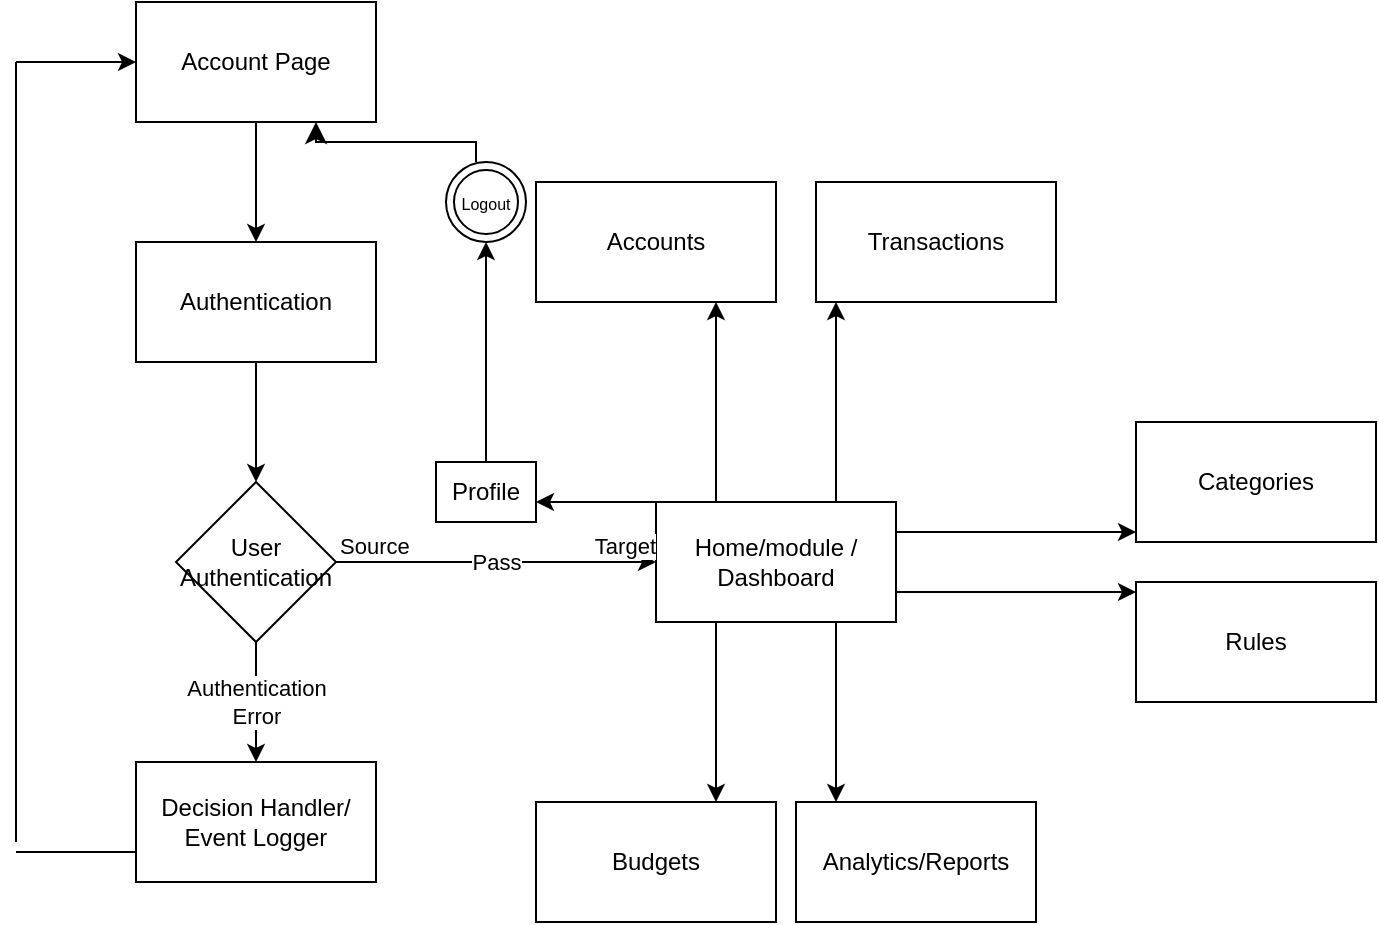
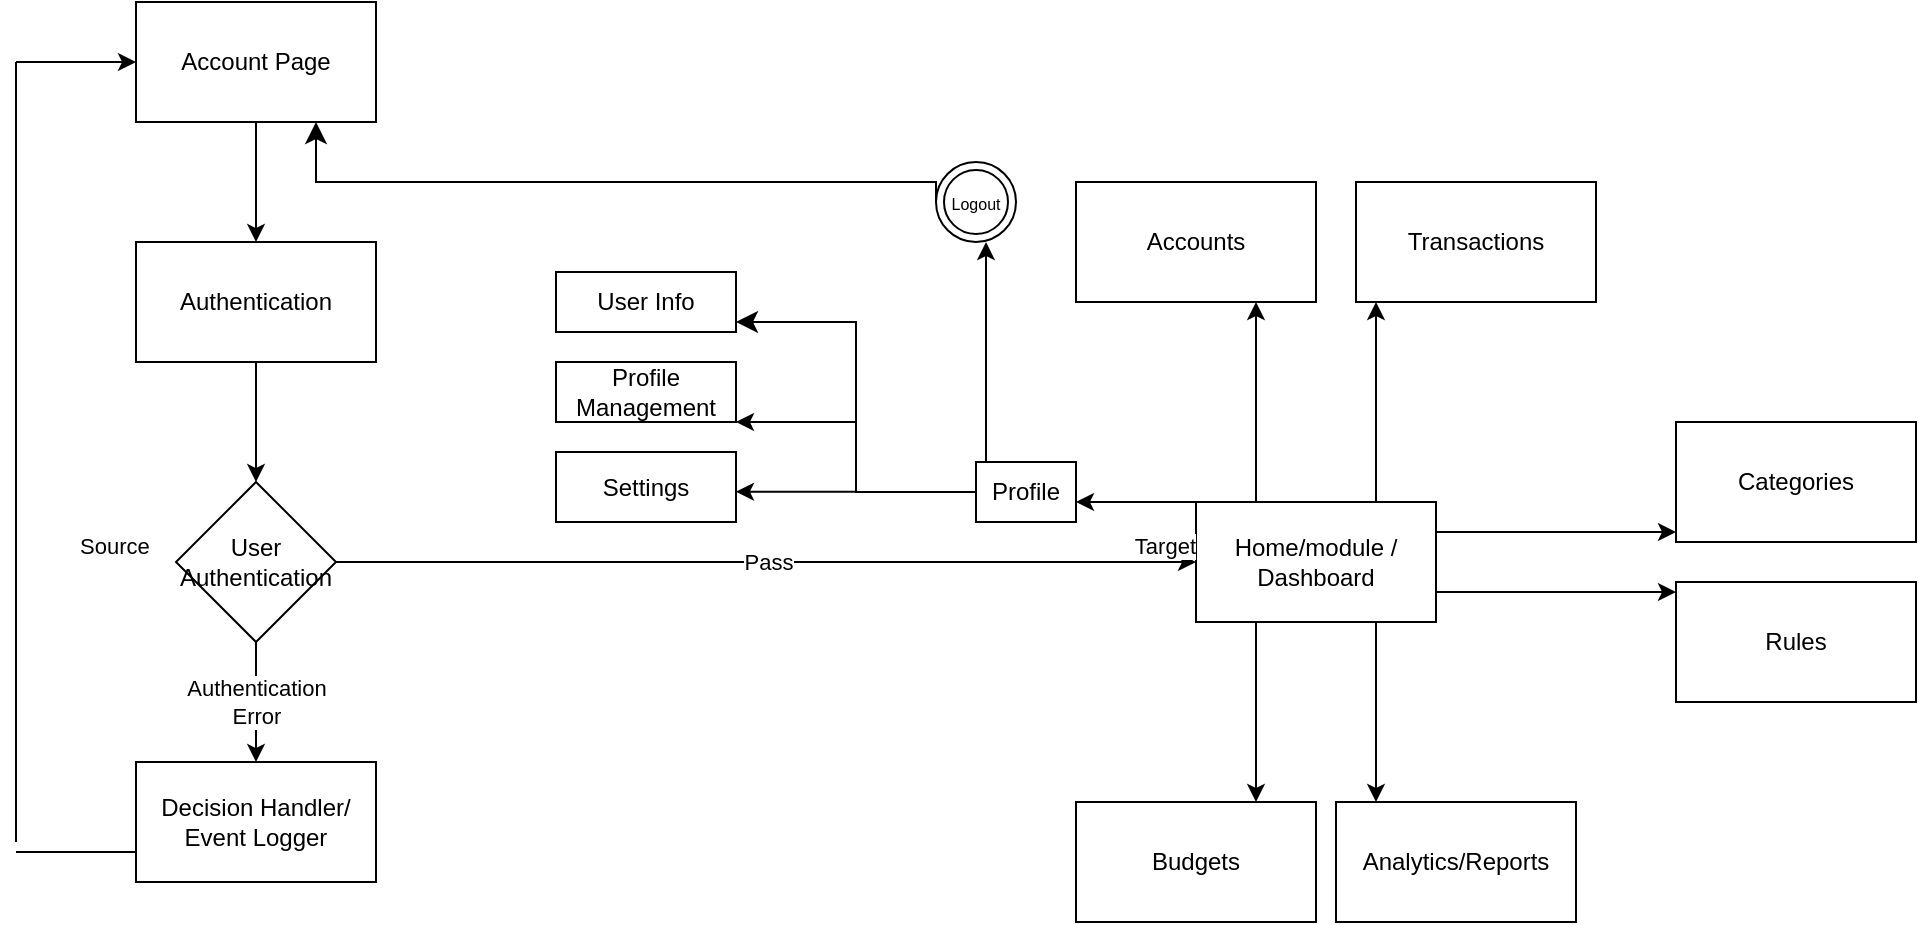
<mxfile host="app.diagrams.net" agent="Mozilla/5.0 (Windows NT 10.0; Win64; x64) AppleWebKit/537.36 (KHTML, like Gecko) Chrome/139.0.0.0 Safari/537.36" version="28.1.0">
  <diagram name="Page-1" id="GulApN4WPxvMzPRhlIXC">
-     <mxGraphModel dx="1881" dy="541" grid="1" gridSize="10" guides="1" tooltips="1" connect="1" arrows="1" fold="1" page="1" pageScale="1" pageWidth="850" pageHeight="1100" math="0" shadow="0">
+     <mxGraphModel dx="1961" dy="583" grid="1" gridSize="10" guides="1" tooltips="1" connect="1" arrows="1" fold="1" page="1" pageScale="1" pageWidth="850" pageHeight="1100" math="0" shadow="0">
      <root>
        <mxCell id="0" />
        <mxCell id="1" parent="0" />
        <mxCell id="rlmv7btFgNykXjglH9dx-1" value="Account Page" style="rounded=0;whiteSpace=wrap;html=1;" parent="1" vertex="1">
-           <mxGeometry x="20" y="80" width="120" height="60" as="geometry" />
+           <mxGeometry x="-250" y="80" width="120" height="60" as="geometry" />
        </mxCell>
        <mxCell id="rlmv7btFgNykXjglH9dx-2" value="" style="endArrow=classic;html=1;rounded=0;exitX=0.5;exitY=1;exitDx=0;exitDy=0;entryX=0.5;entryY=0;entryDx=0;entryDy=0;" parent="1" source="rlmv7btFgNykXjglH9dx-1" target="rlmv7btFgNykXjglH9dx-4" edge="1">
          <mxGeometry width="50" height="50" relative="1" as="geometry">
-             <mxPoint x="90" y="150" as="sourcePoint" />
-             <mxPoint x="240" y="110" as="targetPoint" />
+             <mxPoint x="-180" y="150" as="sourcePoint" />
+             <mxPoint x="-30" y="110" as="targetPoint" />
          </mxGeometry>
        </mxCell>
        <mxCell id="rlmv7btFgNykXjglH9dx-4" value="Authentication" style="rounded=0;whiteSpace=wrap;html=1;" parent="1" vertex="1">
-           <mxGeometry x="20" y="200" width="120" height="60" as="geometry" />
+           <mxGeometry x="-250" y="200" width="120" height="60" as="geometry" />
        </mxCell>
        <mxCell id="rlmv7btFgNykXjglH9dx-6" value="User Authentication" style="rhombus;whiteSpace=wrap;html=1;" parent="1" vertex="1">
-           <mxGeometry x="40" y="320" width="80" height="80" as="geometry" />
+           <mxGeometry x="-230" y="320" width="80" height="80" as="geometry" />
        </mxCell>
        <mxCell id="rlmv7btFgNykXjglH9dx-7" value="" style="endArrow=classic;html=1;rounded=0;exitX=0.5;exitY=1;exitDx=0;exitDy=0;" parent="1" source="rlmv7btFgNykXjglH9dx-4" target="rlmv7btFgNykXjglH9dx-6" edge="1">
          <mxGeometry width="50" height="50" relative="1" as="geometry">
-             <mxPoint x="80" y="280" as="sourcePoint" />
-             <mxPoint x="130" y="230" as="targetPoint" />
+             <mxPoint x="-190" y="280" as="sourcePoint" />
+             <mxPoint x="-140" y="230" as="targetPoint" />
          </mxGeometry>
        </mxCell>
        <mxCell id="rlmv7btFgNykXjglH9dx-11" value="Home/module / Dashboard" style="rounded=0;whiteSpace=wrap;html=1;" parent="1" vertex="1">
          <mxGeometry x="280" y="330" width="120" height="60" as="geometry" />
        </mxCell>
-         <mxCell id="rlmv7btFgNykXjglH9dx-12" value="Pass" style="endArrow=classic;html=1;rounded=0;entryX=0;entryY=0.5;entryDx=0;entryDy=0;" parent="1" target="rlmv7btFgNykXjglH9dx-11" edge="1">
-           <mxGeometry relative="1" as="geometry">
+         <mxCell id="rlmv7btFgNykXjglH9dx-12" value="Pass" style="endArrow=classic;html=1;rounded=0;entryX=0;entryY=0.5;entryDx=0;entryDy=0;exitX=1;exitY=0.5;exitDx=0;exitDy=0;" parent="1" target="rlmv7btFgNykXjglH9dx-11" edge="1" source="rlmv7btFgNykXjglH9dx-6">
+           <mxGeometry x="0.0033" relative="1" as="geometry">
            <mxPoint x="120" y="360" as="sourcePoint" />
            <mxPoint x="240" y="360" as="targetPoint" />
+             <mxPoint as="offset" />
          </mxGeometry>
        </mxCell>
        <mxCell id="rlmv7btFgNykXjglH9dx-14" value="Source" style="edgeLabel;resizable=0;html=1;;align=left;verticalAlign=bottom;" parent="rlmv7btFgNykXjglH9dx-12" connectable="0" vertex="1">
-           <mxGeometry x="-1" relative="1" as="geometry" />
+           <mxGeometry x="-1" relative="1" as="geometry">
+             <mxPoint x="-130" as="offset" />
+           </mxGeometry>
        </mxCell>
        <mxCell id="rlmv7btFgNykXjglH9dx-15" value="Target" style="edgeLabel;resizable=0;html=1;;align=right;verticalAlign=bottom;" parent="rlmv7btFgNykXjglH9dx-12" connectable="0" vertex="1">
          <mxGeometry x="1" relative="1" as="geometry" />
        </mxCell>
        <mxCell id="rlmv7btFgNykXjglH9dx-16" value="Decision Handler/ Event Logger" style="rounded=0;whiteSpace=wrap;html=1;" parent="1" vertex="1">
-           <mxGeometry x="20" y="460" width="120" height="60" as="geometry" />
+           <mxGeometry x="-250" y="460" width="120" height="60" as="geometry" />
        </mxCell>
        <mxCell id="rlmv7btFgNykXjglH9dx-18" value="" style="endArrow=classic;html=1;rounded=0;exitX=0.5;exitY=1;exitDx=0;exitDy=0;entryX=0.5;entryY=0;entryDx=0;entryDy=0;" parent="1" source="rlmv7btFgNykXjglH9dx-6" target="rlmv7btFgNykXjglH9dx-16" edge="1">
          <mxGeometry relative="1" as="geometry">
-             <mxPoint x="240" y="450" as="sourcePoint" />
-             <mxPoint x="400" y="450" as="targetPoint" />
+             <mxPoint x="-30" y="450" as="sourcePoint" />
+             <mxPoint x="130" y="450" as="targetPoint" />
          </mxGeometry>
        </mxCell>
        <mxCell id="rlmv7btFgNykXjglH9dx-19" value="Authentication&lt;div&gt;Error&lt;/div&gt;" style="edgeLabel;resizable=0;html=1;;align=center;verticalAlign=middle;" parent="rlmv7btFgNykXjglH9dx-18" connectable="0" vertex="1">
          <mxGeometry relative="1" as="geometry" />
        </mxCell>
        <mxCell id="rlmv7btFgNykXjglH9dx-24" value="" style="endArrow=classic;html=1;rounded=0;entryX=0;entryY=0.5;entryDx=0;entryDy=0;" parent="1" target="rlmv7btFgNykXjglH9dx-1" edge="1">
          <mxGeometry width="50" height="50" relative="1" as="geometry">
-             <mxPoint x="-40" y="110" as="sourcePoint" />
-             <mxPoint x="220" y="240" as="targetPoint" />
+             <mxPoint x="-310" y="110" as="sourcePoint" />
+             <mxPoint x="-50" y="240" as="targetPoint" />
          </mxGeometry>
        </mxCell>
        <mxCell id="rlmv7btFgNykXjglH9dx-26" value="" style="endArrow=none;html=1;rounded=0;" parent="1" edge="1">
          <mxGeometry width="50" height="50" relative="1" as="geometry">
-             <mxPoint x="-40" y="110" as="sourcePoint" />
-             <mxPoint x="-40" y="500" as="targetPoint" />
+             <mxPoint x="-310" y="110" as="sourcePoint" />
+             <mxPoint x="-310" y="500" as="targetPoint" />
          </mxGeometry>
        </mxCell>
        <mxCell id="rlmv7btFgNykXjglH9dx-28" value="" style="endArrow=none;html=1;rounded=0;" parent="1" edge="1">
          <mxGeometry width="50" height="50" relative="1" as="geometry">
-             <mxPoint x="-40" y="505" as="sourcePoint" />
-             <mxPoint x="20" y="505" as="targetPoint" />
+             <mxPoint x="-310" y="505" as="sourcePoint" />
+             <mxPoint x="-250" y="505" as="targetPoint" />
          </mxGeometry>
        </mxCell>
        <mxCell id="tjxwa1OgpTy0bqbMmFWm-2" value="" style="endArrow=classic;html=1;rounded=0;exitX=0.25;exitY=0;exitDx=0;exitDy=0;entryX=0.75;entryY=1;entryDx=0;entryDy=0;" edge="1" parent="1" source="rlmv7btFgNykXjglH9dx-11" target="tjxwa1OgpTy0bqbMmFWm-3">
          <mxGeometry width="50" height="50" relative="1" as="geometry">
            <mxPoint x="320" y="310" as="sourcePoint" />
            <mxPoint x="340" y="240" as="targetPoint" />
            <Array as="points" />
          </mxGeometry>
        </mxCell>
        <mxCell id="tjxwa1OgpTy0bqbMmFWm-3" value="Accounts" style="rounded=0;whiteSpace=wrap;html=1;" vertex="1" parent="1">
          <mxGeometry x="220" y="170" width="120" height="60" as="geometry" />
        </mxCell>
        <mxCell id="tjxwa1OgpTy0bqbMmFWm-4" value="Budgets" style="rounded=0;whiteSpace=wrap;html=1;" vertex="1" parent="1">
          <mxGeometry x="220" y="480" width="120" height="60" as="geometry" />
        </mxCell>
        <mxCell id="tjxwa1OgpTy0bqbMmFWm-5" value="" style="endArrow=classic;html=1;rounded=0;exitX=0.25;exitY=1;exitDx=0;exitDy=0;entryX=0.75;entryY=0;entryDx=0;entryDy=0;" edge="1" parent="1" source="rlmv7btFgNykXjglH9dx-11" target="tjxwa1OgpTy0bqbMmFWm-4">
          <mxGeometry width="50" height="50" relative="1" as="geometry">
            <mxPoint x="350" y="450" as="sourcePoint" />
            <mxPoint x="280" y="470" as="targetPoint" />
          </mxGeometry>
        </mxCell>
        <mxCell id="tjxwa1OgpTy0bqbMmFWm-6" value="" style="endArrow=classic;html=1;rounded=0;exitX=1;exitY=0.25;exitDx=0;exitDy=0;" edge="1" parent="1" source="rlmv7btFgNykXjglH9dx-11">
          <mxGeometry width="50" height="50" relative="1" as="geometry">
            <mxPoint x="460" y="350" as="sourcePoint" />
            <mxPoint x="520" y="345" as="targetPoint" />
          </mxGeometry>
        </mxCell>
        <mxCell id="tjxwa1OgpTy0bqbMmFWm-7" value="" style="endArrow=classic;html=1;rounded=0;exitX=0.75;exitY=1;exitDx=0;exitDy=0;" edge="1" parent="1" source="rlmv7btFgNykXjglH9dx-11">
          <mxGeometry width="50" height="50" relative="1" as="geometry">
            <mxPoint x="470" y="420" as="sourcePoint" />
            <mxPoint x="370" y="480" as="targetPoint" />
          </mxGeometry>
        </mxCell>
        <mxCell id="tjxwa1OgpTy0bqbMmFWm-8" value="Analytics/Reports" style="rounded=0;whiteSpace=wrap;html=1;" vertex="1" parent="1">
          <mxGeometry x="350" y="480" width="120" height="60" as="geometry" />
        </mxCell>
        <mxCell id="tjxwa1OgpTy0bqbMmFWm-9" value="Categories" style="rounded=0;whiteSpace=wrap;html=1;" vertex="1" parent="1">
          <mxGeometry x="520" y="290" width="120" height="60" as="geometry" />
        </mxCell>
        <mxCell id="tjxwa1OgpTy0bqbMmFWm-10" value="" style="endArrow=classic;html=1;rounded=0;exitX=1;exitY=0.75;exitDx=0;exitDy=0;" edge="1" parent="1" source="rlmv7btFgNykXjglH9dx-11">
          <mxGeometry width="50" height="50" relative="1" as="geometry">
            <mxPoint x="480" y="430" as="sourcePoint" />
            <mxPoint x="520" y="375" as="targetPoint" />
          </mxGeometry>
        </mxCell>
        <mxCell id="tjxwa1OgpTy0bqbMmFWm-11" value="Rules" style="rounded=0;whiteSpace=wrap;html=1;" vertex="1" parent="1">
          <mxGeometry x="520" y="370" width="120" height="60" as="geometry" />
        </mxCell>
        <mxCell id="tjxwa1OgpTy0bqbMmFWm-12" value="" style="endArrow=classic;html=1;rounded=0;exitX=0.75;exitY=0;exitDx=0;exitDy=0;" edge="1" parent="1" source="rlmv7btFgNykXjglH9dx-11">
          <mxGeometry width="50" height="50" relative="1" as="geometry">
            <mxPoint x="380" y="310" as="sourcePoint" />
            <mxPoint x="370" y="230" as="targetPoint" />
          </mxGeometry>
        </mxCell>
        <mxCell id="tjxwa1OgpTy0bqbMmFWm-13" value="Transactions" style="rounded=0;whiteSpace=wrap;html=1;" vertex="1" parent="1">
          <mxGeometry x="360" y="170" width="120" height="60" as="geometry" />
        </mxCell>
        <mxCell id="tjxwa1OgpTy0bqbMmFWm-15" value="" style="endArrow=classic;html=1;rounded=0;exitX=0;exitY=0;exitDx=0;exitDy=0;" edge="1" parent="1" source="rlmv7btFgNykXjglH9dx-11">
          <mxGeometry width="50" height="50" relative="1" as="geometry">
            <mxPoint x="180" y="310" as="sourcePoint" />
            <mxPoint x="220" y="330" as="targetPoint" />
          </mxGeometry>
        </mxCell>
        <mxCell id="tjxwa1OgpTy0bqbMmFWm-16" value="Profile" style="rounded=0;whiteSpace=wrap;html=1;" vertex="1" parent="1">
          <mxGeometry x="170" y="310" width="50" height="30" as="geometry" />
        </mxCell>
-         <mxCell id="tjxwa1OgpTy0bqbMmFWm-17" value="" style="endArrow=classic;html=1;rounded=0;exitX=0.5;exitY=0;exitDx=0;exitDy=0;" edge="1" parent="1" source="tjxwa1OgpTy0bqbMmFWm-16">
+         <mxCell id="tjxwa1OgpTy0bqbMmFWm-17" value="" style="endArrow=classic;html=1;rounded=0;exitX=0.5;exitY=0;exitDx=0;exitDy=0;" edge="1" parent="1">
          <mxGeometry width="50" height="50" relative="1" as="geometry">
-             <mxPoint x="160" y="300" as="sourcePoint" />
-             <mxPoint x="195" y="200" as="targetPoint" />
+             <mxPoint x="175" y="310" as="sourcePoint" />
+             <mxPoint x="175" y="200" as="targetPoint" />
          </mxGeometry>
        </mxCell>
        <mxCell id="tjxwa1OgpTy0bqbMmFWm-18" value="&lt;font style=&quot;font-size: 8px;&quot;&gt;Logout&lt;/font&gt;" style="ellipse;shape=doubleEllipse;whiteSpace=wrap;html=1;aspect=fixed;" vertex="1" parent="1">
-           <mxGeometry x="175" y="160" width="40" height="40" as="geometry" />
+           <mxGeometry x="150" y="160" width="40" height="40" as="geometry" />
        </mxCell>
-         <mxCell id="tjxwa1OgpTy0bqbMmFWm-20" value="" style="edgeStyle=elbowEdgeStyle;elbow=vertical;endArrow=classic;html=1;curved=0;rounded=0;endSize=8;startSize=8;entryX=0.75;entryY=1;entryDx=0;entryDy=0;" edge="1" parent="1" target="rlmv7btFgNykXjglH9dx-1">
+         <mxCell id="tjxwa1OgpTy0bqbMmFWm-20" value="" style="edgeStyle=elbowEdgeStyle;elbow=vertical;endArrow=classic;html=1;curved=0;rounded=0;endSize=8;startSize=8;entryX=0.75;entryY=1;entryDx=0;entryDy=0;exitX=0;exitY=0.5;exitDx=0;exitDy=0;" edge="1" parent="1" source="tjxwa1OgpTy0bqbMmFWm-18" target="rlmv7btFgNykXjglH9dx-1">
          <mxGeometry width="50" height="50" relative="1" as="geometry">
            <mxPoint x="190" y="160" as="sourcePoint" />
            <mxPoint x="240" y="110" as="targetPoint" />
+             <Array as="points">
+               <mxPoint x="10" y="170" />
+             </Array>
          </mxGeometry>
+         </mxCell>
+         <mxCell id="tjxwa1OgpTy0bqbMmFWm-25" value="" style="edgeStyle=elbowEdgeStyle;elbow=horizontal;endArrow=classic;html=1;curved=0;rounded=0;endSize=8;startSize=8;exitX=0;exitY=0.5;exitDx=0;exitDy=0;" edge="1" parent="1" source="tjxwa1OgpTy0bqbMmFWm-16">
+           <mxGeometry width="50" height="50" relative="1" as="geometry">
+             <mxPoint x="110" y="330" as="sourcePoint" />
+             <mxPoint x="50" y="240" as="targetPoint" />
+           </mxGeometry>
+         </mxCell>
+         <mxCell id="tjxwa1OgpTy0bqbMmFWm-29" value="" style="endArrow=classic;html=1;rounded=0;" edge="1" parent="1">
+           <mxGeometry width="50" height="50" relative="1" as="geometry">
+             <mxPoint x="110" y="290" as="sourcePoint" />
+             <mxPoint x="50" y="290" as="targetPoint" />
+           </mxGeometry>
+         </mxCell>
+         <mxCell id="tjxwa1OgpTy0bqbMmFWm-30" value="User Info" style="rounded=0;whiteSpace=wrap;html=1;" vertex="1" parent="1">
+           <mxGeometry x="-40" y="215" width="90" height="30" as="geometry" />
+         </mxCell>
+         <mxCell id="tjxwa1OgpTy0bqbMmFWm-31" value="Profile Management" style="rounded=0;whiteSpace=wrap;html=1;" vertex="1" parent="1">
+           <mxGeometry x="-40" y="260" width="90" height="30" as="geometry" />
+         </mxCell>
+         <mxCell id="tjxwa1OgpTy0bqbMmFWm-32" value="" style="endArrow=classic;html=1;rounded=0;" edge="1" parent="1">
+           <mxGeometry width="50" height="50" relative="1" as="geometry">
+             <mxPoint x="110" y="324.82" as="sourcePoint" />
+             <mxPoint x="50" y="324.82" as="targetPoint" />
+             <Array as="points" />
+           </mxGeometry>
+         </mxCell>
+         <mxCell id="tjxwa1OgpTy0bqbMmFWm-33" value="Settings" style="rounded=0;whiteSpace=wrap;html=1;" vertex="1" parent="1">
+           <mxGeometry x="-40" y="305" width="90" height="35" as="geometry" />
        </mxCell>
      </root>
    </mxGraphModel>
  </diagram>
</mxfile>
